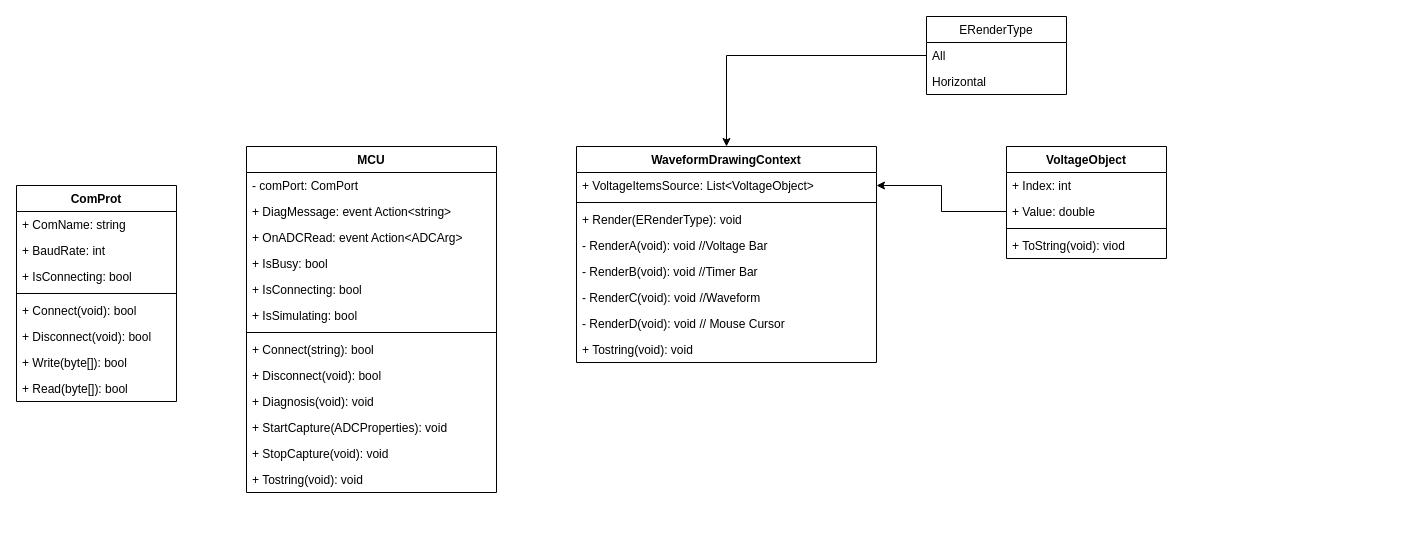
Jasson-Chou/SideProject keeps this draw.io diagram as page "UML Class Diagram" (5 of 5) of ADC Monitor.drawio. Above is the earlier version. Source tidied: cells renumbered, new cells numbered last; positions are measured from the earlier drawing's top-left corner, leaving out a move shared by most shapes. Both pictures are drawn from the tidied source at 100%, with x=0, y=0 at pixel (16, 16).
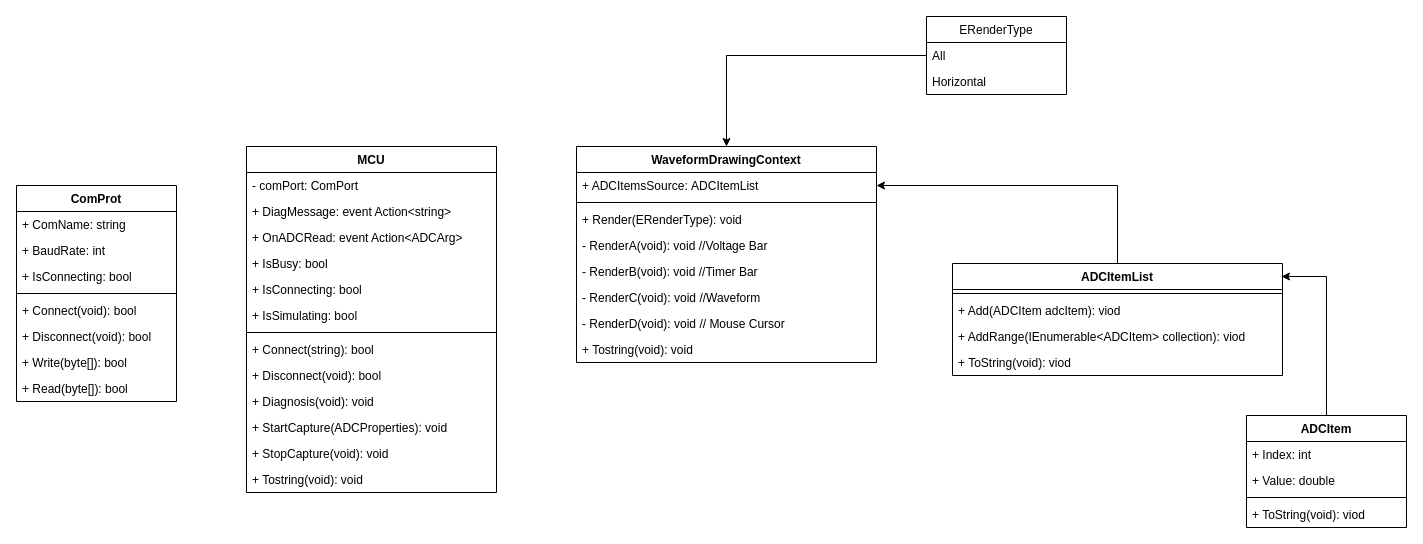
The same page after the edit.

Unchanged cells that the change refers to:
```xml
<mxCell id="25" value="WaveformDrawingContext" style="swimlane;fontStyle=1;align=center;verticalAlign=top;horizontal=1;startSize=26;" parent="1" vertex="1">
  <mxGeometry x="560" y="130" width="300" height="216" as="geometry" />
</mxCell>
<mxCell id="40" value="+ Value: double" style="text;strokeColor=none;fillColor=none;align=left;verticalAlign=top;spacingLeft=4;spacingRight=4;overflow=hidden;points=[[0,0.5],[1,0.5]];portConstraint=eastwest;" parent="38" vertex="1">
  <mxGeometry y="52" width="160" height="26" as="geometry" />
</mxCell>
```

What changed in the source:
```diff
@@
-    <mxCell id="26" value="+ VoltageItemsSource: List&lt;VoltageObject&gt;" style="text;strokeColor=none;fillColor=none;align=left;verticalAlign=top;spacingLeft=4;spacingRight=4;overflow=hidden;points=[[0,0.5],[1,0.5]];portConstraint=eastwest;" parent="25" vertex="1">
+    <mxCell id="26" value="+ ADCItemsSource: ADCItemList" style="text;strokeColor=none;fillColor=none;align=left;verticalAlign=top;spacingLeft=4;spacingRight=4;overflow=hidden;points=[[0,0.5],[1,0.5]];portConstraint=eastwest;" parent="25" vertex="1">
       <mxGeometry y="26" width="300" height="26" as="geometry" />
     </mxCell>
@@
+    <mxCell id="44" style="edgeStyle=orthogonalEdgeStyle;rounded=0;jettySize=auto;html=1;exitX=0.5;exitY=0;exitDx=0;exitDy=0;entryX=0.997;entryY=0.116;entryDx=0;entryDy=0;entryPerimeter=0;" parent="1" edge="1" source="38" target="46">
+      <mxGeometry relative="1" as="geometry" />
+    </mxCell>
-    <mxCell id="38" value="VoltageObject" style="swimlane;fontStyle=1;align=center;verticalAlign=top;horizontal=1;startSize=26;" parent="1" vertex="1">
-      <mxGeometry x="990" y="130" width="160" height="112" as="geometry" />
+    <mxCell id="38" value="ADCItem" style="swimlane;fontStyle=1;align=center;verticalAlign=top;horizontal=1;startSize=26;" parent="1" vertex="1">
+      <mxGeometry x="1230" y="399" width="160" height="112" as="geometry" />
     </mxCell>
@@
-    <mxCell id="43" style="edgeStyle=orthogonalEdgeStyle;rounded=0;jettySize=auto;html=1;entryX=1;entryY=0.5;entryDx=0;entryDy=0;" parent="1" edge="1" source="40" target="26">
-      <mxGeometry relative="1" as="geometry" />
-    </mxCell>
+    <mxCell id="45" style="edgeStyle=orthogonalEdgeStyle;rounded=0;jettySize=auto;html=1;exitX=0.5;exitY=0;exitDx=0;exitDy=0;entryX=1;entryY=0.5;entryDx=0;entryDy=0;" parent="1" edge="1" source="46" target="26">
+      <mxGeometry relative="1" as="geometry" />
+    </mxCell>
+    <mxCell id="46" value="ADCItemList" style="swimlane;fontStyle=1;align=center;verticalAlign=top;horizontal=1;startSize=26;" parent="1" vertex="1">
+      <mxGeometry x="936" y="247" width="330" height="112" as="geometry" />
+    </mxCell>
+    <mxCell id="47" style="line;strokeWidth=1;fillColor=none;align=left;verticalAlign=middle;spacingTop=-1;spacingLeft=3;spacingRight=3;labelPosition=right;" parent="46" vertex="1">
+      <mxGeometry y="26" width="330" height="8" as="geometry" />
+    </mxCell>
+    <mxCell id="48" value="+ Add(ADCItem adcItem): viod" style="text;strokeColor=none;fillColor=none;align=left;verticalAlign=top;spacingLeft=4;spacingRight=4;overflow=hidden;" parent="46" vertex="1">
+      <mxGeometry y="34" width="330" height="26" as="geometry" />
+    </mxCell>
+    <mxCell id="49" value="+ AddRange(IEnumerable&lt;ADCItem&gt; collection): viod" style="text;strokeColor=none;fillColor=none;align=left;verticalAlign=top;spacingLeft=4;spacingRight=4;overflow=hidden;" parent="46" vertex="1">
+      <mxGeometry y="60" width="330" height="26" as="geometry" />
+    </mxCell>
+    <mxCell id="50" value="+ ToString(void): viod" style="text;strokeColor=none;fillColor=none;align=left;verticalAlign=top;spacingLeft=4;spacingRight=4;overflow=hidden;" parent="46" vertex="1">
+      <mxGeometry y="86" width="330" height="26" as="geometry" />
+    </mxCell>
```
